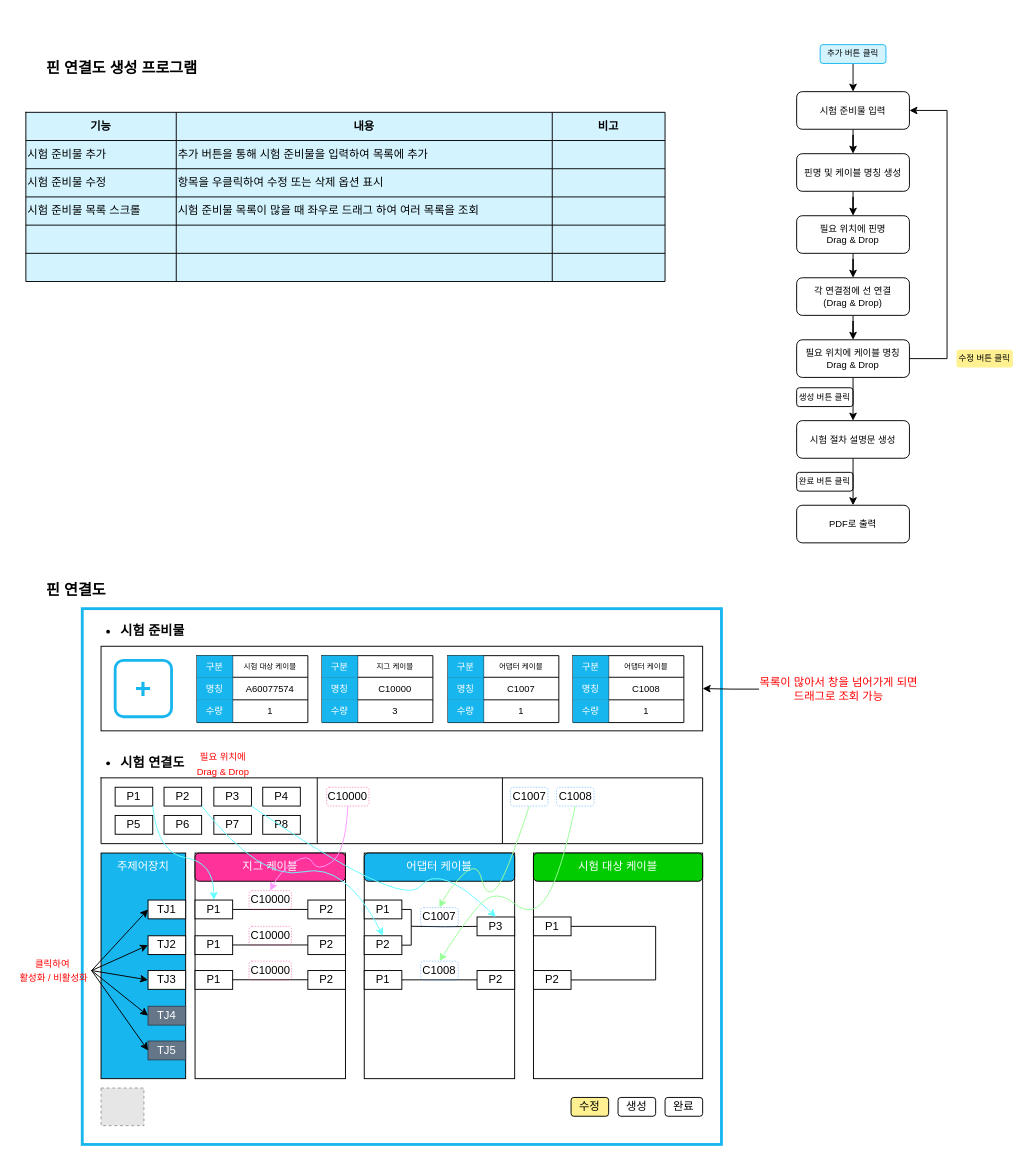
jh980517/gausstech keeps this draw.io diagram as 연결도.drawio. Above is the earlier version. Source tidied: cells renumbered, new cells numbered last; positions are measured from the earlier drawing's top-left corner, leaving out a move shared by most shapes. Both pictures are drawn from the tidied source at 94%, with x=0, y=0 at pixel (16, 44). Pictures stored in the file or linked from it are replaced by grey dashed boxes.
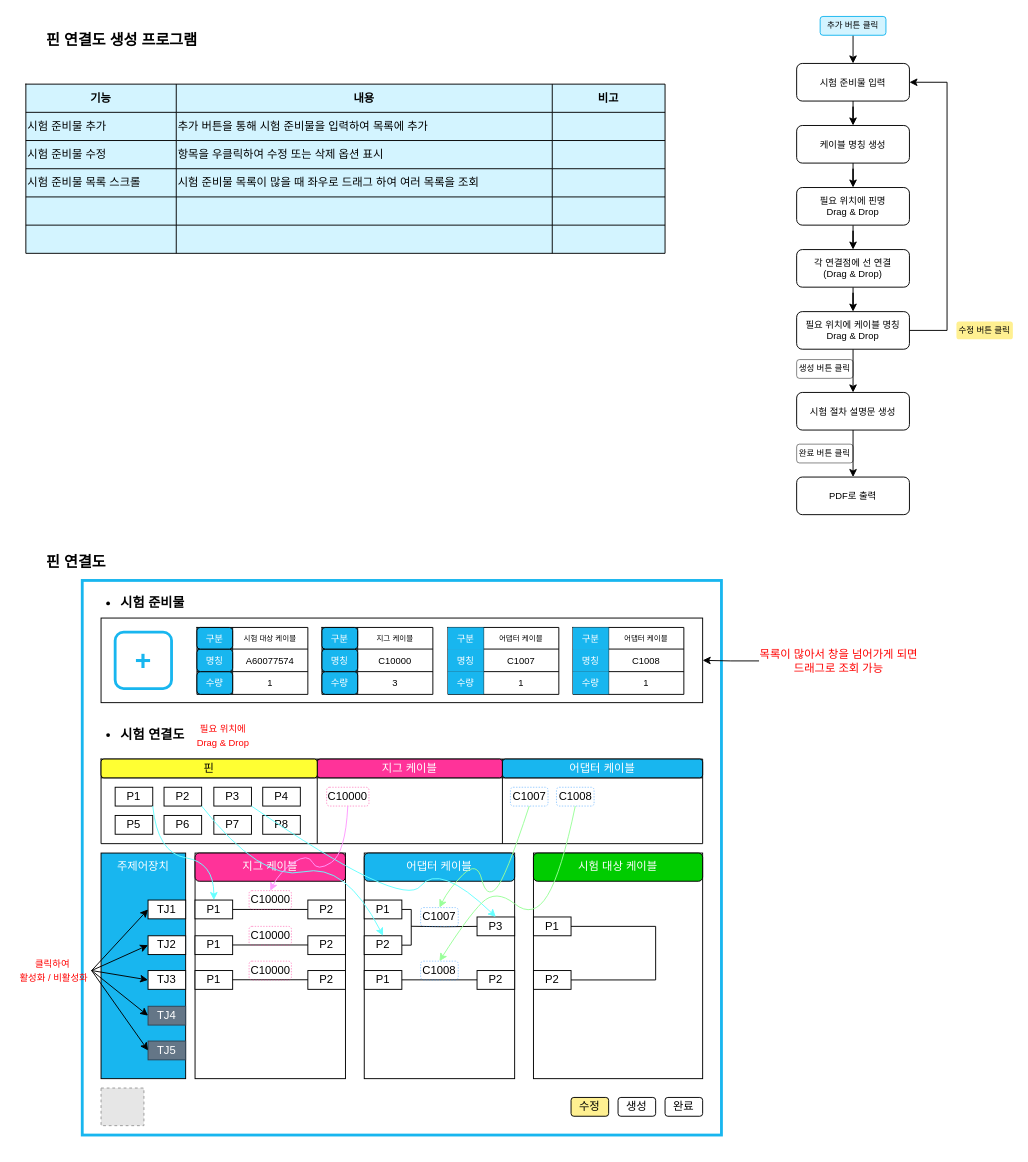
The same page after the edit.

Commit message (it also covers changes not shown here):
연결도.drawio 업데이트

The change refers to these unchanged cells:
```xml
<mxCell id="118" style="shape=tableRow;horizontal=0;startSize=0;swimlaneHead=0;swimlaneBody=0;strokeColor=inherit;top=0;left=0;bottom=0;right=0;fillColor=none;fontSize=16;" parent="117" vertex="1">
  <mxGeometry width="118" height="23" as="geometry" />
</mxCell>
<mxCell id="121" style="shape=tableRow;horizontal=0;startSize=0;swimlaneHead=0;swimlaneBody=0;strokeColor=inherit;top=0;left=0;bottom=0;right=0;fillColor=none;fontSize=16;" parent="117" vertex="1">
  <mxGeometry y="23" width="118" height="24" as="geometry" />
</mxCell>
<mxCell id="124" style="shape=tableRow;horizontal=0;startSize=0;swimlaneHead=0;swimlaneBody=0;strokeColor=inherit;top=0;left=0;bottom=0;right=0;fillColor=none;fontSize=16;" parent="117" vertex="1">
  <mxGeometry y="47" width="118" height="24" as="geometry" />
</mxCell>
<mxCell id="128" style="shape=tableRow;horizontal=0;startSize=0;swimlaneHead=0;swimlaneBody=0;strokeColor=inherit;top=0;left=0;bottom=0;right=0;fillColor=none;fontSize=16;" parent="127" vertex="1">
  <mxGeometry width="118" height="23" as="geometry" />
</mxCell>
<mxCell id="131" style="shape=tableRow;horizontal=0;startSize=0;swimlaneHead=0;swimlaneBody=0;strokeColor=inherit;top=0;left=0;bottom=0;right=0;fillColor=none;fontSize=16;" parent="127" vertex="1">
  <mxGeometry y="23" width="118" height="24" as="geometry" />
</mxCell>
<mxCell id="134" style="shape=tableRow;horizontal=0;startSize=0;swimlaneHead=0;swimlaneBody=0;strokeColor=inherit;top=0;left=0;bottom=0;right=0;fillColor=none;fontSize=16;" parent="127" vertex="1">
  <mxGeometry y="47" width="118" height="24" as="geometry" />
</mxCell>
```

Change to the diagram source:
```diff
@@
     <mxCell id="2" style="rounded=0;whiteSpace=wrap;html=1;strokeColor=light-dark(#18B6EF,#EDEDED);strokeWidth=3;glass=0;shadow=0;" parent="1" vertex="1">
-      <mxGeometry x="70" y="600" width="680" height="570" as="geometry" />
+      <mxGeometry x="70" y="570" width="680" height="590" as="geometry" />
     </mxCell>
     <mxCell id="3" style="shape=table;startSize=0;childLayout=tableLayout;fontSize=16;" parent="1" vertex="1">
-      <mxGeometry x="90" y="780" width="640" height="70" as="geometry" />
+      <mxGeometry x="90" y="760" width="640" height="90" as="geometry" />
     </mxCell>
+    <mxCell id="166" style="shape=tableRow;horizontal=0;startSize=0;swimlaneHead=0;swimlaneBody=0;strokeColor=inherit;top=0;left=0;bottom=0;right=0;fillColor=none;fontSize=16;" parent="3" vertex="1">
+      <mxGeometry width="640" height="20" as="geometry" />
+    </mxCell>
+    <mxCell id="167" style="shape=partialRectangle;html=1;whiteSpace=wrap;strokeColor=inherit;overflow=hidden;fillColor=none;top=0;left=0;bottom=0;right=0;fontSize=12;fontStyle=0;fontColor=#FFFFFF;" parent="166" vertex="1">
+      <mxGeometry width="230" height="20" as="geometry" />
+    </mxCell>
+    <mxCell id="168" style="shape=partialRectangle;html=1;whiteSpace=wrap;strokeColor=inherit;overflow=hidden;fillColor=none;top=0;left=0;bottom=0;right=0;fontSize=12;fontStyle=0;fontColor=#FFFFFF;" parent="166" vertex="1">
+      <mxGeometry x="230" width="197" height="20" as="geometry" />
+    </mxCell>
+    <mxCell id="169" style="shape=partialRectangle;html=1;whiteSpace=wrap;strokeColor=inherit;overflow=hidden;fillColor=none;top=0;left=0;bottom=0;right=0;fontSize=12;fontStyle=0;fontColor=#FFFFFF;" parent="166" vertex="1">
+      <mxGeometry x="427" width="213" height="20" as="geometry" />
+    </mxCell>
     <mxCell id="4" style="shape=tableRow;horizontal=0;startSize=0;swimlaneHead=0;swimlaneBody=0;strokeColor=inherit;top=0;left=0;bottom=0;right=0;fillColor=none;fontSize=16;" parent="3" vertex="1">
-      <mxGeometry width="640" height="70" as="geometry" />
+      <mxGeometry y="20" width="640" height="70" as="geometry" />
     </mxCell>
@@
     <mxCell id="8" value="핀 연결도" style="text;html=1;whiteSpace=wrap;strokeColor=none;fillColor=none;align=left;verticalAlign=middle;rounded=0;fontStyle=1;fontSize=16;" parent="1" vertex="1">
-      <mxGeometry x="30" y="570" width="80" height="20" as="geometry" />
+      <mxGeometry x="30" y="540" width="80" height="20" as="geometry" />
     </mxCell>
@@
     <mxCell id="24" value="시험 준비물 입력" style="rounded=1;whiteSpace=wrap;html=1;fontSize=10;" parent="1" vertex="1">
-      <mxGeometry x="830" y="50" width="120" height="40" as="geometry" />
+      <mxGeometry x="830" y="20" width="120" height="40" as="geometry" />
     </mxCell>
@@
-    <mxCell id="26" value="핀명 및 케이블 명칭 생성" style="whiteSpace=wrap;html=1;rounded=1;fontSize=10;" parent="1" vertex="1">
-      <mxGeometry x="830" y="116" width="120" height="40" as="geometry" />
+    <mxCell id="26" value="케이블 명칭 생성" style="whiteSpace=wrap;html=1;rounded=1;fontSize=10;" parent="1" vertex="1">
+      <mxGeometry x="830" y="86" width="120" height="40" as="geometry" />
     </mxCell>
@@
     <mxCell id="28" value="필요 위치에 핀명&lt;div&gt;Drag &amp;amp; Drop&lt;/div&gt;" style="whiteSpace=wrap;html=1;rounded=1;fontSize=10;" parent="1" vertex="1">
-      <mxGeometry x="830" y="182" width="120" height="40" as="geometry" />
+      <mxGeometry x="830" y="152" width="120" height="40" as="geometry" />
     </mxCell>
@@
     <mxCell id="38" value="각 연결점에 선 연결&lt;div&gt;(Drag &amp;amp; Drop)&lt;/div&gt;" style="whiteSpace=wrap;html=1;fontSize=10;rounded=1;" parent="1" vertex="1">
-      <mxGeometry x="830" y="248" width="120" height="40" as="geometry" />
+      <mxGeometry x="830" y="218" width="120" height="40" as="geometry" />
     </mxCell>
@@
     <mxCell id="40" style="edgeStyle=orthogonalEdgeStyle;rounded=0;jettySize=auto;html=1;exitX=1;exitY=0.5;exitDx=0;exitDy=0;entryX=1;entryY=0.5;entryDx=0;entryDy=0;" parent="1" edge="1" source="41" target="24">
       <mxGeometry relative="1" as="geometry">
         <Array as="points">
-          <mxPoint x="990" y="334" />
-          <mxPoint x="990" y="70" />
+          <mxPoint x="990" y="304" />
+          <mxPoint x="990" y="40" />
         </Array>
       </mxGeometry>
     </mxCell>
     <mxCell id="41" value="필요 위치에 케이블 명칭&lt;div&gt;Drag &amp;amp; Drop&lt;/div&gt;" style="whiteSpace=wrap;html=1;fontSize=10;rounded=1;" parent="1" vertex="1">
-      <mxGeometry x="830" y="314" width="120" height="40" as="geometry" />
+      <mxGeometry x="830" y="284" width="120" height="40" as="geometry" />
     </mxCell>
@@
     <mxCell id="52" value="시험 절차 설명문 생성" style="whiteSpace=wrap;html=1;fontSize=10;rounded=1;" parent="1" vertex="1">
-      <mxGeometry x="830" y="400" width="120" height="40" as="geometry" />
+      <mxGeometry x="830" y="370" width="120" height="40" as="geometry" />
     </mxCell>
@@
     <mxCell id="61" value="&lt;span style=&quot;font-size: 10px;&quot;&gt;필요 위치에 Drag &amp;amp; Drop&lt;/span&gt;" style="text;html=1;whiteSpace=wrap;strokeColor=none;fillColor=none;align=center;verticalAlign=middle;rounded=0;fontColor=#FF0000;" parent="1" vertex="1">
-      <mxGeometry x="190" y="750" width="60" height="30" as="geometry" />
+      <mxGeometry x="190" y="720" width="60" height="30" as="geometry" />
     </mxCell>
@@
-    <mxCell id="84" value="생성 버튼 클릭" style="text;html=1;whiteSpace=wrap;strokeColor=default;fillColor=none;align=center;verticalAlign=middle;rounded=1;fontSize=9;" parent="1" vertex="1">
-      <mxGeometry x="830" y="365" width="60" height="20" as="geometry" />
+    <mxCell id="84" value="생성 버튼 클릭" style="text;html=1;whiteSpace=wrap;strokeColor=default;fillColor=none;align=center;verticalAlign=middle;rounded=1;fontSize=9;strokeWidth=0.5;" parent="1" vertex="1">
+      <mxGeometry x="830" y="335" width="60" height="20" as="geometry" />
     </mxCell>
     <mxCell id="85" style="rounded=0;whiteSpace=wrap;html=1;" parent="1" vertex="1">
-      <mxGeometry x="90" y="640" width="640" height="90" as="geometry" />
+      <mxGeometry x="90" y="610" width="640" height="90" as="geometry" />
     </mxCell>
     <mxCell id="86" value="수정 버튼 클릭" style="text;html=1;whiteSpace=wrap;strokeColor=none;fillColor=light-dark(#fff091, #ededed);align=center;verticalAlign=middle;rounded=1;fontSize=9;" parent="1" vertex="1">
-      <mxGeometry x="1000" y="324.5" width="60" height="19" as="geometry" />
+      <mxGeometry x="1000" y="294.5" width="60" height="19" as="geometry" />
     </mxCell>
@@
     <mxCell id="88" value="PDF로 출력" style="whiteSpace=wrap;html=1;fontSize=10;rounded=1;" parent="1" vertex="1">
-      <mxGeometry x="830" y="490" width="120" height="40" as="geometry" />
+      <mxGeometry x="830" y="460" width="120" height="40" as="geometry" />
     </mxCell>
-    <mxCell id="89" value="완료 버튼 클릭" style="text;html=1;whiteSpace=wrap;strokeColor=default;fillColor=none;align=center;verticalAlign=middle;rounded=1;fontSize=9;" parent="1" vertex="1">
-      <mxGeometry x="830" y="455" width="60" height="20" as="geometry" />
+    <mxCell id="89" value="완료 버튼 클릭" style="text;html=1;whiteSpace=wrap;strokeColor=default;fillColor=none;align=center;verticalAlign=middle;rounded=1;fontSize=9;strokeWidth=0.5;" parent="1" vertex="1">
+      <mxGeometry x="830" y="425" width="60" height="20" as="geometry" />
     </mxCell>
     <mxCell id="90" value="핀 연결도 생성 프로그램" style="text;html=1;whiteSpace=wrap;strokeColor=none;fillColor=none;align=left;verticalAlign=middle;rounded=0;fontStyle=1;fontSize=16;" parent="1" vertex="1">
-      <mxGeometry x="30" y="10" width="200" height="30" as="geometry" />
+      <mxGeometry x="30" y="-20" width="200" height="30" as="geometry" />
     </mxCell>
     <mxCell id="91" value="&lt;b&gt;&lt;font style=&quot;font-size: 30px; color: light-dark(rgb(24, 182, 239), rgb(237, 237, 237));&quot;&gt;+&lt;/font&gt;&lt;/b&gt;" style="rounded=1;whiteSpace=wrap;html=1;strokeColor=light-dark(#18B6EF,#EDEDED);strokeWidth=3;" parent="1" vertex="1">
-      <mxGeometry x="105" y="655" width="60" height="60" as="geometry" />
+      <mxGeometry x="105" y="625" width="60" height="60" as="geometry" />
     </mxCell>
     <mxCell id="92" style="shape=table;startSize=0;childLayout=tableLayout;fontSize=16;fillColor=#D3F4FF;" parent="1" vertex="1">
-      <mxGeometry x="10" y="72" width="680" height="180" as="geometry" />
+      <mxGeometry x="10" y="42" width="680" height="180" as="geometry" />
     </mxCell>
@@
     <mxCell id="117" style="shape=table;startSize=0;childLayout=tableLayout;fontSize=10;" parent="1" vertex="1">
-      <mxGeometry x="192" y="650" width="118" height="71.2" as="geometry" />
+      <mxGeometry x="192" y="620" width="118" height="71.2" as="geometry" />
     </mxCell>
@@
-    <mxCell id="119" value="&lt;font style=&quot;color: rgb(255, 255, 255);&quot;&gt;구분&lt;/font&gt;" style="shape=partialRectangle;html=1;whiteSpace=wrap;strokeColor=inherit;overflow=hidden;fillColor=#18B6EF;top=0;left=0;bottom=0;right=0;fontSize=10;fontStyle=0;" parent="118" vertex="1">
+    <mxCell id="119" style="shape=partialRectangle;html=1;whiteSpace=wrap;strokeColor=inherit;overflow=hidden;fillColor=none;top=0;left=0;bottom=0;right=0;fontSize=10;fontStyle=0;" parent="118" vertex="1">
       <mxGeometry width="38" height="23" as="geometry" />
     </mxCell>
@@
-    <mxCell id="122" value="&lt;font style=&quot;color: rgb(255, 255, 255);&quot;&gt;명칭&lt;/font&gt;" style="shape=partialRectangle;html=1;whiteSpace=wrap;strokeColor=inherit;overflow=hidden;fillColor=#18B6EF;top=0;left=0;bottom=0;right=0;fontSize=10;fontStyle=0;" parent="121" vertex="1">
+    <mxCell id="122" style="shape=partialRectangle;html=1;whiteSpace=wrap;strokeColor=inherit;overflow=hidden;fillColor=none;top=0;left=0;bottom=0;right=0;fontSize=10;fontStyle=0;" parent="121" vertex="1">
       <mxGeometry width="38" height="24" as="geometry" />
     </mxCell>
@@
-    <mxCell id="125" value="&lt;font style=&quot;color: rgb(255, 255, 255);&quot;&gt;수량&lt;/font&gt;" style="shape=partialRectangle;html=1;whiteSpace=wrap;strokeColor=inherit;overflow=hidden;fillColor=#18B6EF;top=0;left=0;bottom=0;right=0;fontSize=10;fontStyle=0;" parent="124" vertex="1">
+    <mxCell id="125" style="shape=partialRectangle;html=1;whiteSpace=wrap;strokeColor=inherit;overflow=hidden;fillColor=none;top=0;left=0;bottom=0;right=0;fontSize=10;fontStyle=0;" parent="124" vertex="1">
       <mxGeometry width="38" height="24" as="geometry" />
     </mxCell>
@@
     <mxCell id="127" style="shape=table;startSize=0;childLayout=tableLayout;fontSize=10;" parent="1" vertex="1">
-      <mxGeometry x="325" y="650" width="118" height="71.2" as="geometry" />
+      <mxGeometry x="325" y="620" width="118" height="71.2" as="geometry" />
     </mxCell>
@@
-    <mxCell id="129" value="&lt;font style=&quot;color: rgb(255, 255, 255);&quot;&gt;구분&lt;/font&gt;" style="shape=partialRectangle;html=1;whiteSpace=wrap;strokeColor=inherit;overflow=hidden;fillColor=#18B6EF;top=0;left=0;bottom=0;right=0;fontSize=10;fontStyle=0;" parent="128" vertex="1">
+    <mxCell id="129" style="shape=partialRectangle;html=1;whiteSpace=wrap;strokeColor=inherit;overflow=hidden;fillColor=none;top=0;left=0;bottom=0;right=0;fontSize=10;fontStyle=0;fontColor=#000000;labelBorderColor=default;" parent="128" vertex="1">
       <mxGeometry width="38" height="23" as="geometry" />
     </mxCell>
@@
-    <mxCell id="132" value="&lt;font style=&quot;color: rgb(255, 255, 255); font-weight: normal;&quot;&gt;명칭&lt;/font&gt;" style="shape=partialRectangle;html=1;whiteSpace=wrap;strokeColor=inherit;overflow=hidden;fillColor=#18B6EF;top=0;left=0;bottom=0;right=0;fontSize=10;fontStyle=1;" parent="131" vertex="1">
+    <mxCell id="132" style="shape=partialRectangle;html=1;whiteSpace=wrap;strokeColor=inherit;overflow=hidden;fillColor=none;top=0;left=0;bottom=0;right=0;fontSize=10;fontStyle=1;fontColor=#000000;labelBorderColor=default;" parent="131" vertex="1">
       <mxGeometry width="38" height="24" as="geometry" />
     </mxCell>
@@
-    <mxCell id="135" value="&lt;font style=&quot;color: rgb(255, 255, 255); font-weight: normal;&quot;&gt;수량&lt;/font&gt;" style="shape=partialRectangle;html=1;whiteSpace=wrap;strokeColor=inherit;overflow=hidden;fillColor=#18B6EF;top=0;left=0;bottom=0;right=0;fontSize=10;fontStyle=1;" parent="134" vertex="1">
+    <mxCell id="135" style="shape=partialRectangle;html=1;whiteSpace=wrap;strokeColor=inherit;overflow=hidden;fillColor=none;top=0;left=0;bottom=0;right=0;fontSize=10;fontStyle=1;fontColor=#000000;labelBorderColor=default;" parent="134" vertex="1">
       <mxGeometry width="38" height="24" as="geometry" />
     </mxCell>
@@
     <mxCell id="137" style="shape=table;startSize=0;childLayout=tableLayout;fontSize=10;" parent="1" vertex="1">
-      <mxGeometry x="459" y="650" width="118" height="71.2" as="geometry" />
+      <mxGeometry x="459" y="620" width="118" height="71.2" as="geometry" />
     </mxCell>
@@
     <mxCell id="147" style="shape=table;startSize=0;childLayout=tableLayout;fontSize=10;" parent="1" vertex="1">
-      <mxGeometry x="592" y="650" width="118" height="71.2" as="geometry" />
+      <mxGeometry x="592" y="620" width="118" height="71.2" as="geometry" />
     </mxCell>
@@
     <mxCell id="158" value="추가 버튼 클릭" style="text;html=1;whiteSpace=wrap;strokeColor=#18B6EF;fillColor=light-dark(#D3F4FF,#EDEDED);align=center;verticalAlign=middle;rounded=1;fontSize=9;spacing=3;" parent="1" vertex="1">
-      <mxGeometry x="855" width="70" height="20" as="geometry" />
+      <mxGeometry x="855" y="-30" width="70" height="20" as="geometry" />
     </mxCell>
     <mxCell id="159" value="&lt;ul&gt;&lt;li&gt;시험 준비물&lt;/li&gt;&lt;/ul&gt;" style="text;strokeColor=none;fillColor=none;html=1;whiteSpace=wrap;verticalAlign=middle;overflow=hidden;spacing=1;fontStyle=1;fontSize=14;" parent="1" vertex="1">
-      <mxGeometry x="70" y="600" width="110" height="40" as="geometry" />
+      <mxGeometry x="70" y="570" width="110" height="40" as="geometry" />
     </mxCell>
@@
     <mxCell id="161" value="목록이 많아서 창을 넘어가게 되면 드래그로 조회 가능" style="text;html=1;whiteSpace=wrap;strokeColor=none;fillColor=none;align=center;verticalAlign=middle;rounded=0;fontColor=#FF0000;" parent="1" vertex="1">
-      <mxGeometry x="790" y="670.6" width="170" height="30" as="geometry" />
+      <mxGeometry x="790" y="640.6" width="170" height="30" as="geometry" />
     </mxCell>
     <mxCell id="162" value="&lt;ul&gt;&lt;li&gt;시험 연결도&lt;/li&gt;&lt;/ul&gt;" style="text;strokeColor=none;fillColor=none;html=1;whiteSpace=wrap;verticalAlign=middle;overflow=hidden;spacing=1;fontStyle=1;fontSize=14;" parent="1" vertex="1">
-      <mxGeometry x="70" y="740" width="110" height="40" as="geometry" />
+      <mxGeometry x="70" y="710" width="110" height="40" as="geometry" />
     </mxCell>
@@
+    <mxCell id="170" value="지그 케이블" style="rounded=1;whiteSpace=wrap;html=1;fillColor=light-dark(#FF3399,#EDEDED);fontColor=#FFFFFF;" parent="1" vertex="1">
+      <mxGeometry x="320" y="760" width="197" height="20" as="geometry" />
+    </mxCell>
+    <mxCell id="171" value="어댑터 케이블" style="rounded=1;whiteSpace=wrap;html=1;fillColor=light-dark(#18B6EF,#EDEDED);fontColor=#FFFFFF;" parent="1" vertex="1">
+      <mxGeometry x="517" y="760" width="213" height="20" as="geometry" />
+    </mxCell>
+    <mxCell id="172" value="핀" style="rounded=1;whiteSpace=wrap;html=1;fillColor=light-dark(#FFFF33,#EDEDED);fontColor=#000000;" parent="1" vertex="1">
+      <mxGeometry x="90" y="760" width="230" height="20" as="geometry" />
+    </mxCell>
+    <mxCell id="173" value="수량" style="rounded=1;whiteSpace=wrap;html=1;fillColor=#18B6EF;fontColor=#FFFFFF;fontSize=10;" parent="1" vertex="1">
+      <mxGeometry x="325" y="667" width="38" height="24.2" as="geometry" />
+    </mxCell>
+    <mxCell id="174" value="명칭" style="rounded=1;whiteSpace=wrap;html=1;fillColor=#18B6EF;fontColor=#FFFFFF;fontSize=10;" parent="1" vertex="1">
+      <mxGeometry x="325" y="643" width="38" height="24" as="geometry" />
+    </mxCell>
+    <mxCell id="175" value="구분" style="rounded=1;whiteSpace=wrap;html=1;fillColor=#18B6EF;fontColor=#FFFFFF;fontSize=10;" parent="1" vertex="1">
+      <mxGeometry x="325" y="620" width="38" height="23" as="geometry" />
+    </mxCell>
+    <mxCell id="176" value="수량" style="rounded=1;whiteSpace=wrap;html=1;fillColor=#18B6EF;fontColor=#FFFFFF;fontSize=10;" parent="1" vertex="1">
+      <mxGeometry x="192" y="667" width="38" height="24.2" as="geometry" />
+    </mxCell>
+    <mxCell id="177" value="명칭" style="rounded=1;whiteSpace=wrap;html=1;fillColor=#18B6EF;fontColor=#FFFFFF;fontSize=10;" parent="1" vertex="1">
+      <mxGeometry x="192" y="643" width="38" height="24" as="geometry" />
+    </mxCell>
+    <mxCell id="178" value="구분" style="rounded=1;whiteSpace=wrap;html=1;fillColor=#18B6EF;fontColor=#FFFFFF;fontSize=10;" parent="1" vertex="1">
+      <mxGeometry x="192" y="620" width="38" height="23" as="geometry" />
+    </mxCell>
```
